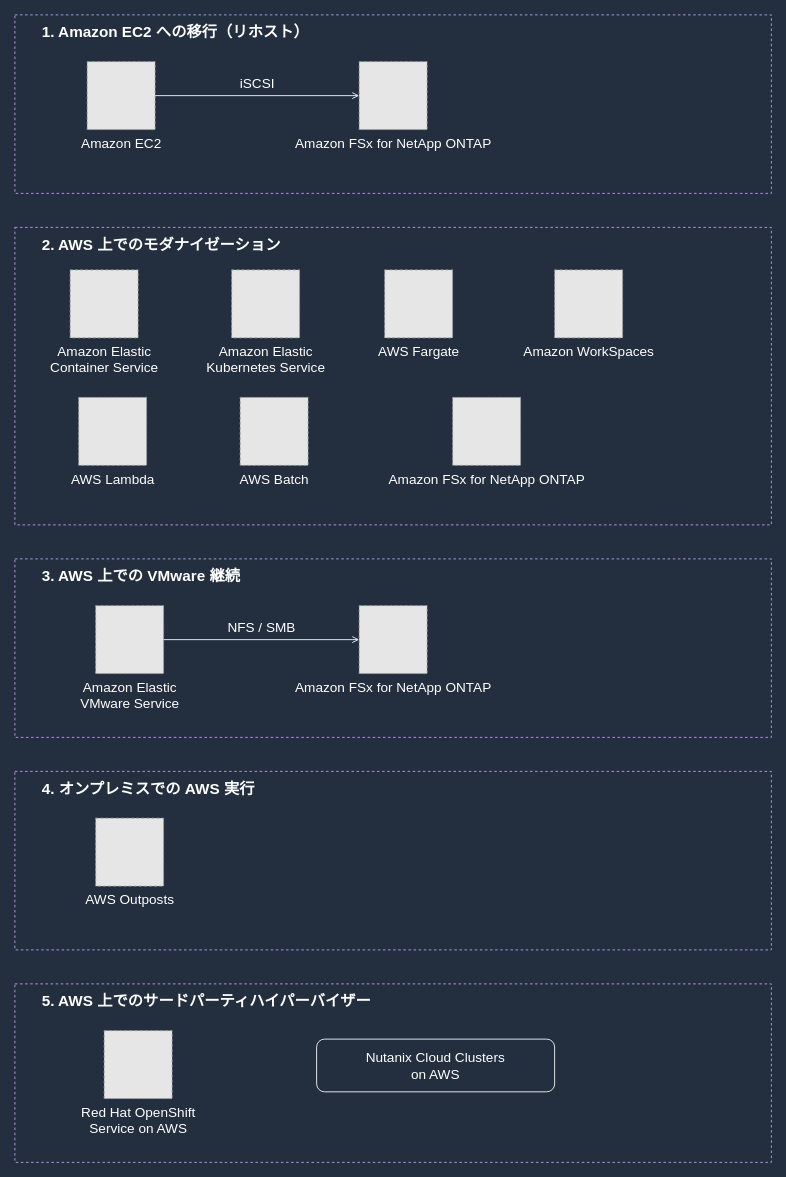
Above: docs/_assets/diagrams/atx-fsxn-vmware-pathways-dark.drawio in Yoshiki0705/VMware-Migration-EC2-ONTAP (draw.io), before the change. Source tidied: cells renumbered, new cells numbered last; positions are measured from the earlier drawing's top-left corner, leaving out a move shared by most shapes. Both pictures are drawn from the tidied source at 85%, with x=0, y=0 at pixel (14, 14). Pictures stored in the file or linked from it are replaced by grey dashed boxes.
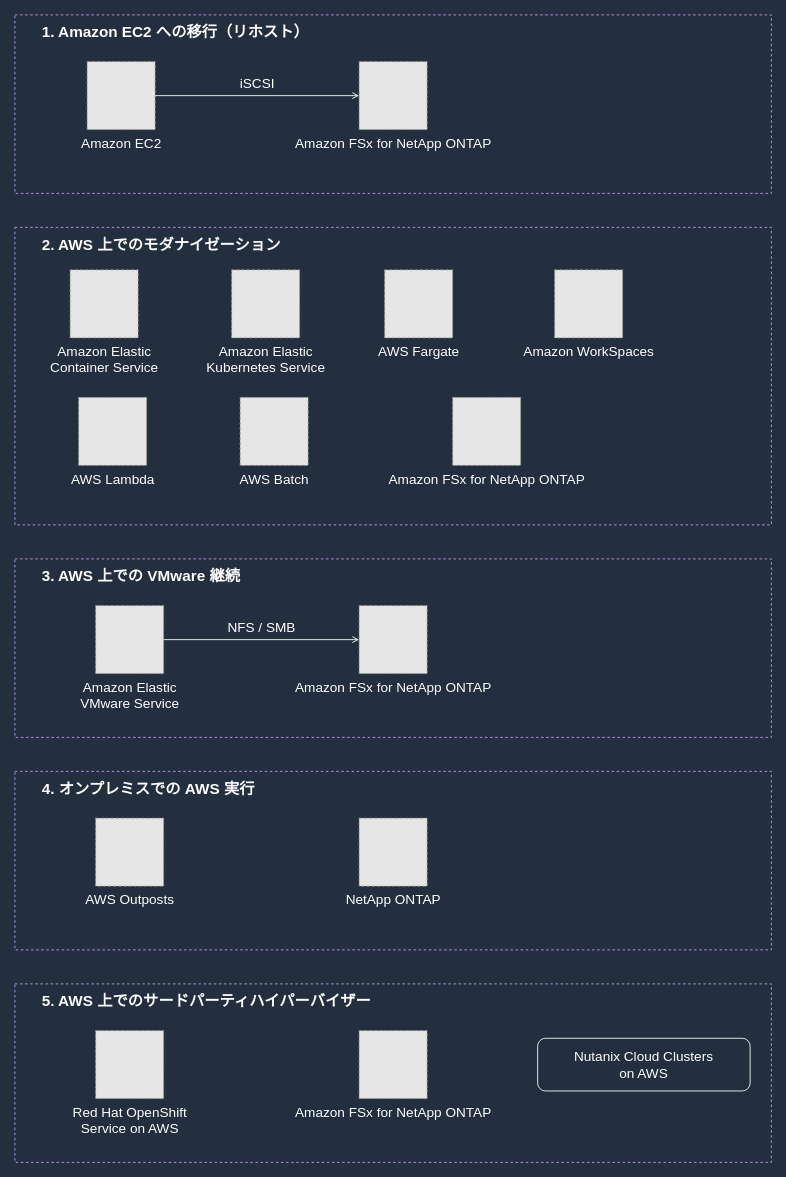
The same page after the edit.

Diff of the diagram source:
```diff
@@
     <mxCell id="7" value="Nutanix Cloud Clusters&#10;on AWS" style="rounded=1;whiteSpace=wrap;html=1;strokeColor=#FFFFFF;fillColor=none;fontColor=#FFFFFF;fontSize=16;verticalAlign=middle;align=center;" parent="1" vertex="1">
-      <mxGeometry x="355" y="1205" width="280" height="62" as="geometry" />
+      <mxGeometry x="615" y="1204" width="250" height="62" as="geometry" />
     </mxCell>
@@
+    <mxCell id="23" value="NetApp ONTAP" style="fillColor=#E6E6E6;strokeColor=#999999;dashed=1;html=1;verticalLabelPosition=bottom;verticalAlign=top;labelPosition=center;align=center;fontSize=16;fontColor=#FFFFFF;" parent="1" vertex="1">
+      <mxGeometry x="405" y="945" width="80" height="80" as="geometry" />
+    </mxCell>
     <mxCell id="20" value="Red Hat OpenShift&#10;Service on AWS" style="fillColor=#E6E6E6;strokeColor=#999999;dashed=1;html=1;verticalLabelPosition=bottom;verticalAlign=top;labelPosition=center;align=center;fontSize=16;fontColor=#FFFFFF;" parent="1" vertex="1">
-      <mxGeometry x="105" y="1195" width="80" height="80" as="geometry" />
+      <mxGeometry x="95" y="1195" width="80" height="80" as="geometry" />
     </mxCell>
+    <mxCell id="24" value="Amazon FSx for NetApp ONTAP" style="fillColor=#E6E6E6;strokeColor=#999999;dashed=1;html=1;verticalLabelPosition=bottom;verticalAlign=top;labelPosition=center;align=center;fontSize=16;fontColor=#FFFFFF;" parent="1" vertex="1">
+      <mxGeometry x="405" y="1195" width="80" height="80" as="geometry" />
+    </mxCell>
```
